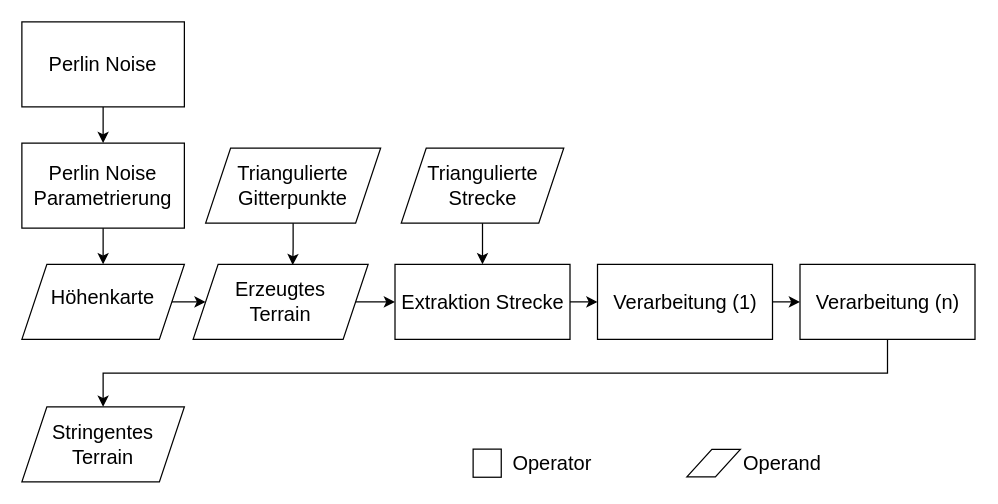
This is page "Page-10" (9 of 9) of Untitled Diagram.drawio from IMGSaibh/Links, a draw.io file, before an edit. Source tidied: cells renumbered, new cells numbered last; positions are measured from the earlier drawing's top-left corner, leaving out a move shared by most shapes. Both pictures are drawn from the tidied source at 125%, with x=0, y=0 at pixel (21, 21).
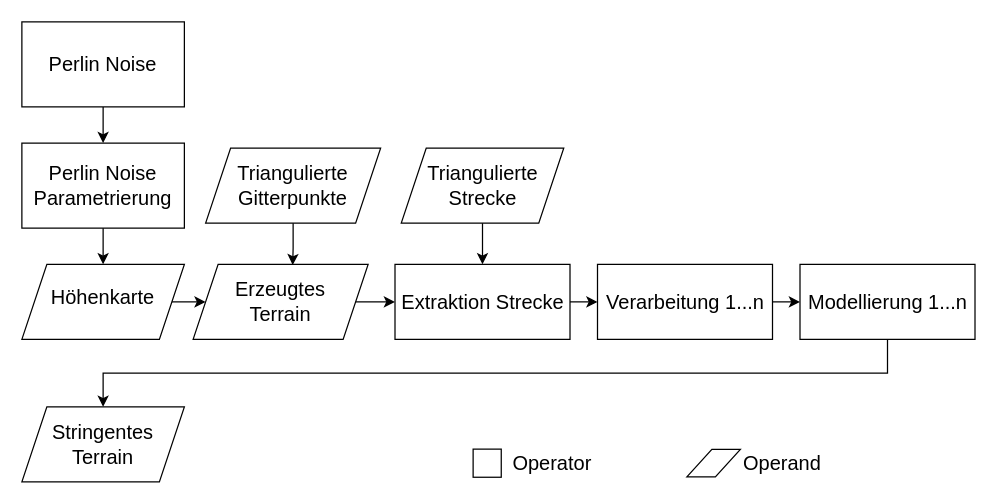
The same page after the edit.

What changed in the source:
```diff
@@
-    <mxCell id="12" value="&lt;font style=&quot;font-size: 16px;&quot;&gt;Verarbeitung (1)&lt;/font&gt;" style="text;html=1;strokeColor=default;fillColor=none;align=center;verticalAlign=middle;whiteSpace=wrap;rounded=0;" parent="1" vertex="1">
+    <mxCell id="12" value="&lt;font style=&quot;font-size: 16px;&quot;&gt;Verarbeitung 1...n&lt;/font&gt;" style="text;html=1;strokeColor=default;fillColor=none;align=center;verticalAlign=middle;whiteSpace=wrap;rounded=0;" parent="1" vertex="1">
       <mxGeometry x="460.5" y="194" width="140" height="60" as="geometry" />
     </mxCell>
@@
-    <mxCell id="14" value="&lt;font style=&quot;font-size: 16px;&quot;&gt;Verarbeitung (n)&lt;br&gt;&lt;/font&gt;" style="text;html=1;strokeColor=default;fillColor=none;align=center;verticalAlign=middle;whiteSpace=wrap;rounded=0;" parent="1" vertex="1">
+    <mxCell id="14" value="&lt;font style=&quot;font-size: 16px;&quot;&gt;Modellierung&lt;/font&gt;&lt;font style=&quot;font-size: 16px;&quot;&gt; 1...n&lt;br&gt;&lt;/font&gt;" style="text;html=1;strokeColor=default;fillColor=none;align=center;verticalAlign=middle;whiteSpace=wrap;rounded=0;" parent="1" vertex="1">
       <mxGeometry x="622.5" y="194" width="140" height="60" as="geometry" />
     </mxCell>
```
